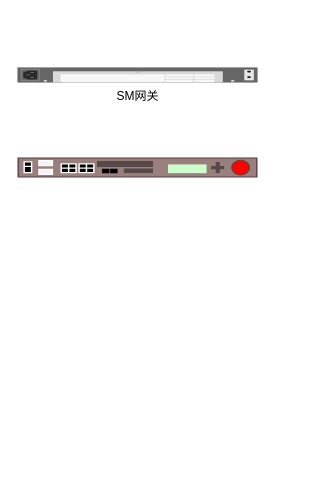
The draw.io diagram uapp.drawio in jiajw0426/docsify, before the edit. Source tidied: cells renumbered, new cells numbered last; positions are measured from the earlier drawing's top-left corner, leaving out a move shared by most shapes. Both pictures are drawn from the tidied source at 100%, with x=0, y=0 at pixel (17, 67).
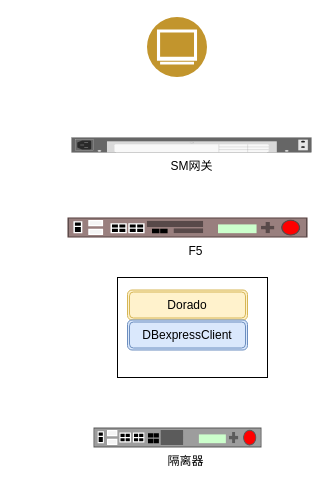
The same page after the edit.

Change to the diagram source:
```diff
@@
 <mxGraphModel>
   <root>
     <mxCell id="0" />
     <mxCell id="1" parent="0" />
+    <mxCell id="4" style="rounded=0;whiteSpace=wrap;html=1;" parent="1" vertex="1">
+      <mxGeometry x="100" y="210" width="150" height="100" as="geometry" />
+    </mxCell>
-    <mxCell id="2" style="strokeColor=#b85450;html=1;labelPosition=right;align=left;spacingLeft=15;shadow=0;dashed=0;shape=mxgraph.rack.f5.big_ip_3900;fillColor=#f8cecc;" parent="1" vertex="1">
-      <mxGeometry y="90" width="240" height="20" as="geometry" />
+    <mxCell id="2" value="F5" style="strokeColor=#b85450;html=1;labelPosition=center;align=center;spacingLeft=15;shadow=0;dashed=0;shape=mxgraph.rack.f5.big_ip_3900;fillColor=#f8cecc;verticalLabelPosition=bottom;verticalAlign=top;" parent="1" vertex="1">
+      <mxGeometry x="50" y="150" width="240" height="20" as="geometry" />
     </mxCell>
     <mxCell id="3" value="SM网关" style="html=1;verticalLabelPosition=bottom;verticalAlign=top;shadow=0;dashed=0;shape=mxgraph.rack.hpe_aruba.gateways_controllers.aruba_7010_mobility_controller_rear;" parent="1" vertex="1">
-      <mxGeometry width="240" height="15" as="geometry" />
+      <mxGeometry x="54" y="70" width="240" height="15" as="geometry" />
     </mxCell>
+    <mxCell id="5" style="perimeter=ellipsePerimeter;html=1;align=center;shadow=0;dashed=0;fontColor=#4277BB;labelBackgroundColor=#ffffff;fontSize=12;spacingTop=3;image;image=img/lib/ibm/users/browser.svg;" parent="1" vertex="1">
+      <mxGeometry x="130" y="-50" width="60" height="60" as="geometry" />
+    </mxCell>
+    <mxCell id="6" value="隔离器" style="strokeColor=#666666;html=1;labelPosition=center;align=center;spacingLeft=15;shadow=0;dashed=0;shape=mxgraph.rack.f5.em_4000;verticalLabelPosition=bottom;verticalAlign=top;" parent="1" vertex="1">
+      <mxGeometry x="76" y="360" width="168" height="20" as="geometry" />
+    </mxCell>
+    <mxCell id="7" style="group;" parent="1" vertex="1">
+      <mxGeometry x="110" y="222.5" width="120" height="60" as="geometry" />
+    </mxCell>
+    <mxCell id="8" value="Dorado" style="shape=ext;double=1;rounded=1;whiteSpace=wrap;html=1;fillColor=#fff2cc;strokeColor=#d6b656;" parent="7" vertex="1">
+      <mxGeometry width="120" height="30" as="geometry" />
+    </mxCell>
+    <mxCell id="9" value="DBexpressClient" style="shape=ext;double=1;rounded=1;whiteSpace=wrap;html=1;fillColor=#dae8fc;strokeColor=#6c8ebf;" parent="7" vertex="1">
+      <mxGeometry y="30" width="120" height="30" as="geometry" />
+    </mxCell>
   </root>
 </mxGraphModel>
```
